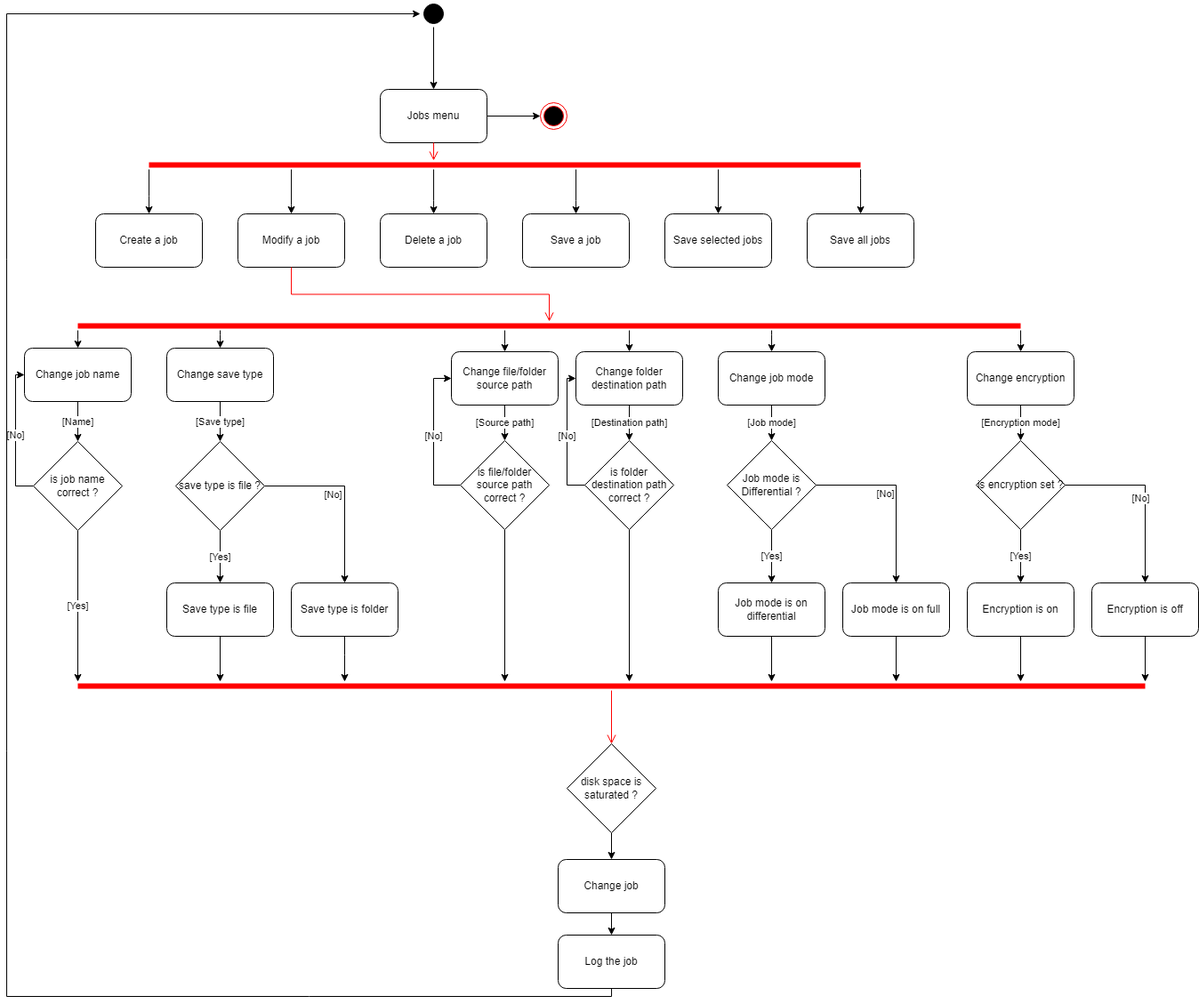
This is CDC/3.0/activity_diagram_job_modify.png from Atineon/easysave_production, a draw.io export, as it was before one commit. Source tidied: cells renumbered, new cells last; positions are measured from the earlier drawing's top-left corner, leaving out a move shared by most shapes.
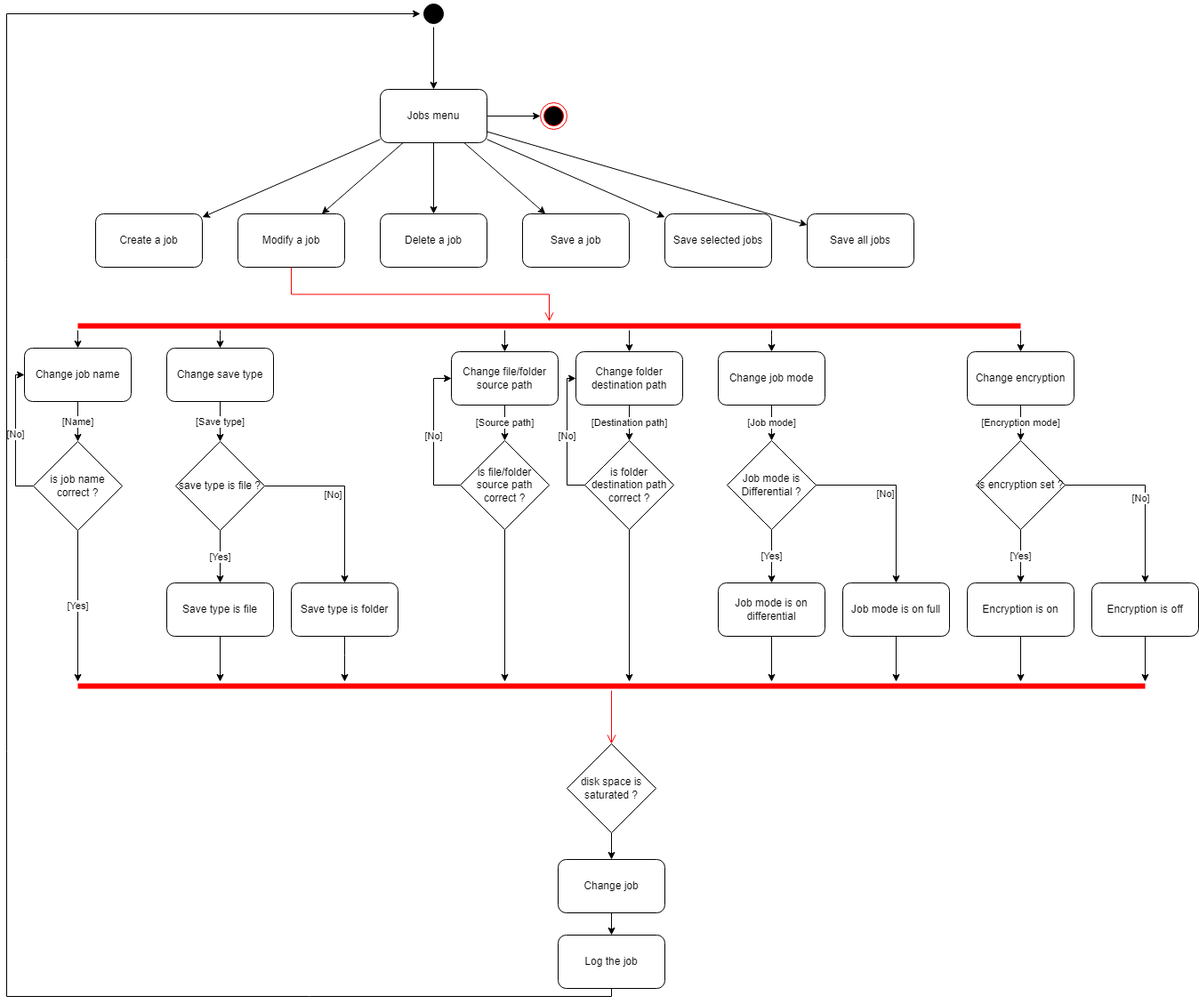
Later version of the same file.

Commit message:
fix: join activity diagram

What changed in the source:
```diff
@@ -5,6 +5,24 @@
     <mxCell id="2" style="edgeStyle=orthogonalEdgeStyle;rounded=0;jettySize=auto;html=1;endArrow=classic;endFill=1;elbow=vertical;" parent="1" edge="1" source="3" target="79">
       <mxGeometry relative="1" as="geometry" />
     </mxCell>
+    <mxCell id="80" style="edgeStyle=none;rounded=0;jettySize=auto;html=1;" parent="1" edge="1" source="3" target="4">
+      <mxGeometry relative="1" as="geometry" />
+    </mxCell>
+    <mxCell id="81" style="edgeStyle=none;rounded=0;jettySize=auto;html=1;" parent="1" edge="1" source="3" target="5">
+      <mxGeometry relative="1" as="geometry" />
+    </mxCell>
+    <mxCell id="82" style="edgeStyle=none;rounded=0;jettySize=auto;html=1;" parent="1" edge="1" source="3" target="6">
+      <mxGeometry relative="1" as="geometry" />
+    </mxCell>
+    <mxCell id="83" style="edgeStyle=none;rounded=0;jettySize=auto;html=1;" parent="1" edge="1" source="3" target="7">
+      <mxGeometry relative="1" as="geometry" />
+    </mxCell>
+    <mxCell id="84" style="edgeStyle=none;rounded=0;jettySize=auto;html=1;" parent="1" edge="1" source="3" target="9">
+      <mxGeometry relative="1" as="geometry" />
+    </mxCell>
+    <mxCell id="85" style="edgeStyle=none;rounded=0;jettySize=auto;html=1;" parent="1" edge="1" source="3" target="8">
+      <mxGeometry relative="1" as="geometry" />
+    </mxCell>
     <mxCell id="3" value="Jobs menu" style="rounded=1;whiteSpace=wrap;html=1;" parent="1" vertex="1">
       <mxGeometry x="420" y="100" width="120" height="60" as="geometry" />
     </mxCell>
@@ -323,65 +341,6 @@
     <mxCell id="69" style="edgeStyle=orthogonalEdgeStyle;rounded=0;jettySize=auto;html=1;endArrow=classic;endFill=1;elbow=vertical;" parent="1" edge="1" source="78" target="3">
       <mxGeometry relative="1" as="geometry" />
     </mxCell>
-    <mxCell id="70" style="edgeStyle=orthogonalEdgeStyle;rounded=0;jettySize=auto;html=1;endArrow=classic;endFill=1;elbow=vertical;" parent="1" edge="1" source="76" target="5">
-      <mxGeometry relative="1" as="geometry">
-        <Array as="points">
-          <mxPoint x="320" y="230" />
-          <mxPoint x="320" y="230" />
-        </Array>
-      </mxGeometry>
-    </mxCell>
-    <mxCell id="71" style="edgeStyle=orthogonalEdgeStyle;rounded=0;jettySize=auto;html=1;endArrow=classic;endFill=1;elbow=vertical;" parent="1" edge="1" source="76" target="4">
-      <mxGeometry relative="1" as="geometry">
-        <Array as="points">
-          <mxPoint x="160" y="220" />
-          <mxPoint x="160" y="220" />
-        </Array>
-      </mxGeometry>
-    </mxCell>
-    <mxCell id="72" style="edgeStyle=orthogonalEdgeStyle;rounded=0;jettySize=auto;html=1;endArrow=classic;endFill=1;elbow=vertical;" parent="1" edge="1" source="76" target="6">
-      <mxGeometry relative="1" as="geometry">
-        <Array as="points">
-          <mxPoint x="480" y="225" />
-          <mxPoint x="480" y="225" />
-        </Array>
-      </mxGeometry>
-    </mxCell>
-    <mxCell id="73" style="edgeStyle=orthogonalEdgeStyle;rounded=0;jettySize=auto;html=1;endArrow=classic;endFill=1;elbow=vertical;" parent="1" edge="1" source="76" target="7">
-      <mxGeometry relative="1" as="geometry">
-        <Array as="points">
-          <mxPoint x="640" y="225" />
-          <mxPoint x="640" y="225" />
-        </Array>
-      </mxGeometry>
-    </mxCell>
-    <mxCell id="74" style="edgeStyle=orthogonalEdgeStyle;rounded=0;jettySize=auto;html=1;endArrow=classic;endFill=1;elbow=vertical;" parent="1" edge="1" source="76" target="9">
-      <mxGeometry relative="1" as="geometry">
-        <Array as="points">
-          <mxPoint x="800" y="235" />
-          <mxPoint x="800" y="235" />
-        </Array>
-      </mxGeometry>
-    </mxCell>
-    <mxCell id="75" style="edgeStyle=orthogonalEdgeStyle;rounded=0;jettySize=auto;html=1;endArrow=classic;endFill=1;elbow=vertical;" parent="1" edge="1" source="76" target="8">
-      <mxGeometry relative="1" as="geometry">
-        <Array as="points">
-          <mxPoint x="960" y="200" />
-          <mxPoint x="960" y="200" />
-        </Array>
-      </mxGeometry>
-    </mxCell>
-    <mxCell id="76" style="shape=line;html=1;strokeWidth=6;strokeColor=#ff0000;gradientColor=none;" parent="1" vertex="1">
-      <mxGeometry x="160" y="180" width="800" height="10" as="geometry" />
-    </mxCell>
-    <mxCell id="77" style="edgeStyle=orthogonalEdgeStyle;html=1;verticalAlign=bottom;endArrow=open;endSize=8;strokeColor=#ff0000;rounded=0;elbow=vertical;" parent="1" edge="1" source="3" target="76">
-      <mxGeometry relative="1" as="geometry">
-        <Array as="points">
-          <mxPoint x="480" y="175" />
-          <mxPoint x="480" y="175" />
-        </Array>
-      </mxGeometry>
-    </mxCell>
     <mxCell id="78" style="ellipse;shape=startState;fillColor=#000000;strokeColor=#000000;" parent="1" vertex="1">
       <mxGeometry x="465" width="30" height="30" as="geometry" />
     </mxCell>
```
